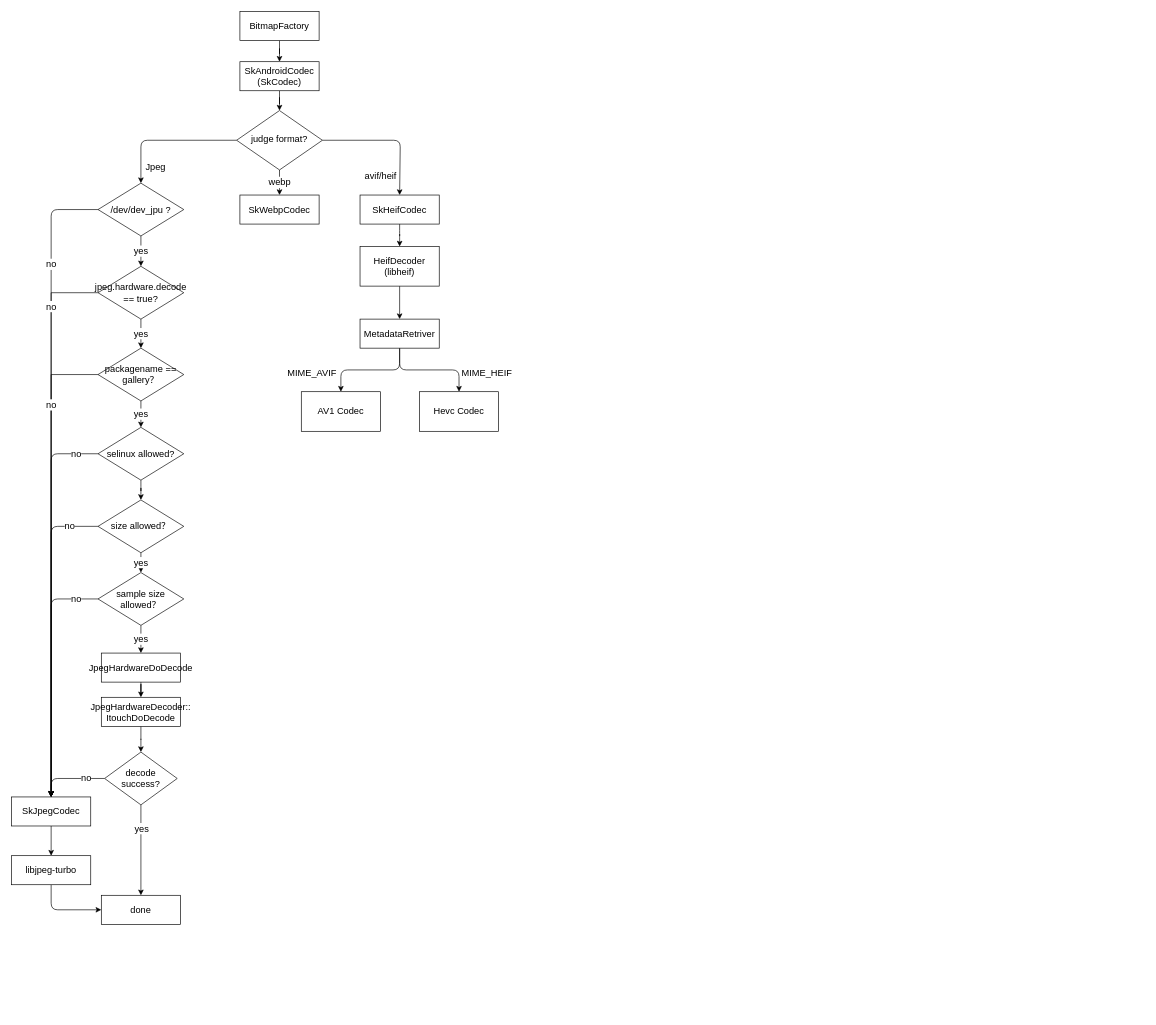
This is page "skia" (1 of 3) of design.drawio from ccfriend/av_lab, a draw.io file, before an edit. Source tidied: cells renumbered, new cells numbered last; positions are measured from the earlier drawing's top-left corner, leaving out a move shared by most shapes. Both pictures are drawn from the tidied source at 66%, with x=0, y=0 at pixel (11, 11).
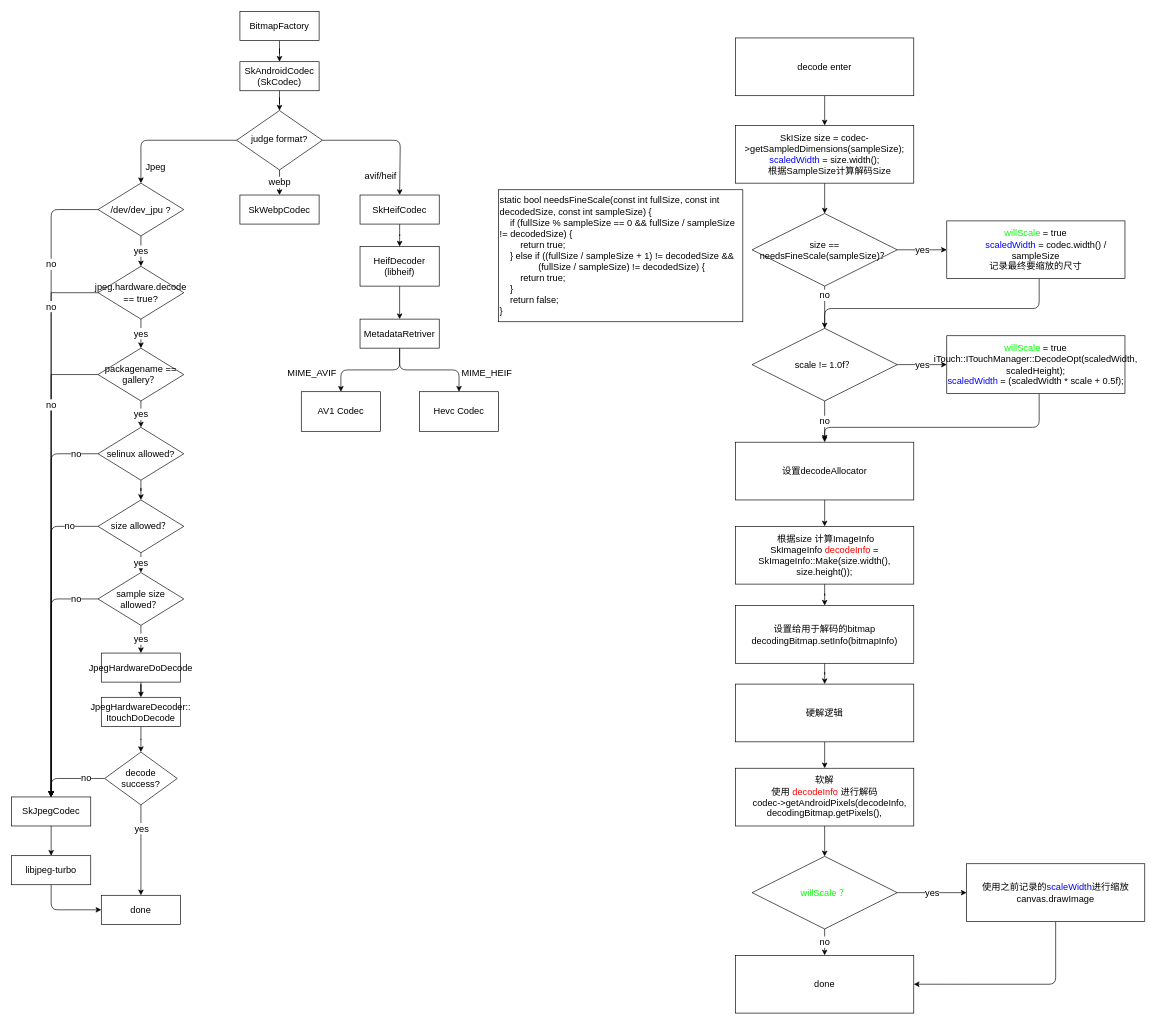
The same diagram, later.

What changed in the source:
```diff
@@
+    <mxCell id="55" style="edgeStyle=orthogonalEdgeStyle;rounded=1;jettySize=auto;html=1;fontSize=14;entryX=0.5;entryY=0;entryDx=0;entryDy=0;" parent="1" edge="1" source="56" target="61">
+      <mxGeometry relative="1" as="geometry" />
+    </mxCell>
+    <mxCell id="56" value="SkISize size = codec-&amp;gt;getSampledDimensions(sampleSize);&lt;br&gt;&lt;font color=&quot;#0000ff&quot;&gt;scaledWidth &lt;/font&gt;= size.width();&lt;br&gt;&lt;div&gt;&amp;nbsp; &amp;nbsp; 根据SampleSize计算解码Size&lt;/div&gt;" style="whiteSpace=wrap;html=1;fontSize=14;rounded=0;glass=0;strokeWidth=1;shadow=0;" parent="1" vertex="1">
+      <mxGeometry x="1097" y="172.5" width="270" height="87.5" as="geometry" />
+    </mxCell>
+    <mxCell id="57" style="edgeStyle=orthogonalEdgeStyle;rounded=1;jettySize=auto;html=1;entryX=0.5;entryY=0;entryDx=0;entryDy=0;fontSize=14;" parent="1" edge="1" source="58" target="65">
+      <mxGeometry relative="1" as="geometry">
+        <Array as="points">
+          <mxPoint x="1557" y="450" />
+          <mxPoint x="1232" y="450" />
+        </Array>
+      </mxGeometry>
+    </mxCell>
+    <mxCell id="58" value="&lt;font color=&quot;#00ff00&quot;&gt;willScale&lt;/font&gt; = true&lt;br&gt;&lt;div&gt;&amp;nbsp; &amp;nbsp; &amp;nbsp; &amp;nbsp; &lt;font color=&quot;#0000ff&quot;&gt;scaledWidth&lt;/font&gt; = codec.width() / sampleSize&lt;/div&gt;&lt;div&gt;记录最终要缩放的尺寸&lt;/div&gt;" style="whiteSpace=wrap;html=1;fontSize=14;rounded=0;glass=0;strokeWidth=1;shadow=0;" parent="1" vertex="1">
+      <mxGeometry x="1417" y="317.2" width="270" height="87.5" as="geometry" />
+    </mxCell>
+    <mxCell id="59" value="yes" style="edgeStyle=orthogonalEdgeStyle;rounded=1;jettySize=auto;html=1;fontSize=14;" parent="1" edge="1" source="61" target="58">
+      <mxGeometry relative="1" as="geometry" />
+    </mxCell>
+    <mxCell id="60" value="yes" style="edgeStyle=orthogonalEdgeStyle;rounded=1;jettySize=auto;html=1;entryX=0;entryY=0.5;entryDx=0;entryDy=0;fontSize=14;startArrow=none;" parent="1" edge="1" source="65" target="63">
+      <mxGeometry relative="1" as="geometry" />
+    </mxCell>
+    <mxCell id="61" value="size == needsFineScale(sampleSize)？" style="rhombus;whiteSpace=wrap;html=1;fontSize=14;" parent="1" vertex="1">
+      <mxGeometry x="1122" y="306" width="220" height="110" as="geometry" />
+    </mxCell>
+    <mxCell id="62" style="edgeStyle=orthogonalEdgeStyle;rounded=1;jettySize=auto;html=1;fontSize=14;" parent="1" edge="1" source="63">
+      <mxGeometry relative="1" as="geometry">
+        <mxPoint x="1232" y="650" as="targetPoint" />
+        <Array as="points">
+          <mxPoint x="1557" y="630" />
+          <mxPoint x="1232" y="630" />
+        </Array>
+      </mxGeometry>
+    </mxCell>
+    <mxCell id="63" value="&lt;font color=&quot;#00ff00&quot;&gt;willScale&lt;/font&gt;&amp;nbsp;= true&lt;br&gt;iTouch::ITouchManager::DecodeOpt(scaledWidth, scaledHeight);&lt;br&gt;&lt;font color=&quot;#0000ff&quot;&gt;scaledWidth&lt;/font&gt; = (scaledWidth * scale + 0.5f);" style="whiteSpace=wrap;html=1;fontSize=14;rounded=0;glass=0;strokeWidth=1;shadow=0;" parent="1" vertex="1">
+      <mxGeometry x="1417" y="491.2" width="270" height="87.5" as="geometry" />
+    </mxCell>
+    <mxCell id="64" value="no" style="edgeStyle=orthogonalEdgeStyle;rounded=1;jettySize=auto;html=1;entryX=0.5;entryY=0;entryDx=0;entryDy=0;fontSize=14;" parent="1" edge="1" source="65" target="68">
+      <mxGeometry relative="1" as="geometry" />
+    </mxCell>
+    <mxCell id="65" value="scale != 1.0f？" style="rhombus;whiteSpace=wrap;html=1;fontSize=14;" parent="1" vertex="1">
+      <mxGeometry x="1122" y="480" width="220" height="110" as="geometry" />
+    </mxCell>
+    <mxCell id="66" value="no" style="edgeStyle=orthogonalEdgeStyle;rounded=1;jettySize=auto;html=1;entryX=0.5;entryY=0;entryDx=0;entryDy=0;fontSize=14;endArrow=none;" parent="1" edge="1" source="61" target="65">
+      <mxGeometry x="-0.56" relative="1" as="geometry">
+        <Array as="points">
+          <mxPoint x="1232" y="430" />
+          <mxPoint x="1232" y="430" />
+        </Array>
+      </mxGeometry>
+    </mxCell>
+    <mxCell id="67" style="edgeStyle=orthogonalEdgeStyle;rounded=1;jettySize=auto;html=1;entryX=0.5;entryY=0;entryDx=0;entryDy=0;fontSize=14;" parent="1" edge="1" source="68" target="70">
+      <mxGeometry relative="1" as="geometry" />
+    </mxCell>
+    <mxCell id="68" value="设置decodeAllocator" style="whiteSpace=wrap;html=1;fontSize=14;rounded=0;glass=0;strokeWidth=1;shadow=0;" parent="1" vertex="1">
+      <mxGeometry x="1097" y="652.5" width="270" height="87.5" as="geometry" />
+    </mxCell>
+    <mxCell id="69" style="edgeStyle=orthogonalEdgeStyle;rounded=1;jettySize=auto;html=1;fontSize=14;" parent="1" edge="1" source="70" target="72">
+      <mxGeometry relative="1" as="geometry" />
+    </mxCell>
+    <mxCell id="70" value="&lt;div&gt;&amp;nbsp;根据size 计算ImageInfo&lt;/div&gt;&lt;div&gt;SkImageInfo &lt;font color=&quot;#ff0000&quot;&gt;decodeInfo &lt;/font&gt;= SkImageInfo::Make(size.width(), size.height()&lt;span&gt;);&lt;/span&gt;&lt;/div&gt;" style="whiteSpace=wrap;html=1;fontSize=14;rounded=0;glass=0;strokeWidth=1;shadow=0;" parent="1" vertex="1">
+      <mxGeometry x="1097" y="780" width="270" height="87.5" as="geometry" />
+    </mxCell>
+    <mxCell id="71" style="edgeStyle=orthogonalEdgeStyle;rounded=1;jettySize=auto;html=1;fontSize=14;" parent="1" edge="1" source="72" target="74">
+      <mxGeometry relative="1" as="geometry" />
+    </mxCell>
+    <mxCell id="72" value="&lt;div&gt;设置给用于解码的bitmap&lt;/div&gt;&lt;div&gt;decodingBitmap.setInfo(bitmapInfo)&lt;br&gt;&lt;/div&gt;" style="whiteSpace=wrap;html=1;fontSize=14;rounded=0;glass=0;strokeWidth=1;shadow=0;" parent="1" vertex="1">
+      <mxGeometry x="1097" y="900" width="270" height="87.5" as="geometry" />
+    </mxCell>
+    <mxCell id="73" style="edgeStyle=orthogonalEdgeStyle;rounded=1;jettySize=auto;html=1;fontSize=14;" parent="1" edge="1" source="74" target="76">
+      <mxGeometry relative="1" as="geometry" />
+    </mxCell>
+    <mxCell id="74" value="&lt;div&gt;硬解逻辑&lt;/div&gt;" style="whiteSpace=wrap;html=1;fontSize=14;rounded=0;glass=0;strokeWidth=1;shadow=0;" parent="1" vertex="1">
+      <mxGeometry x="1097" y="1019" width="270" height="87.5" as="geometry" />
+    </mxCell>
+    <mxCell id="75" style="edgeStyle=orthogonalEdgeStyle;rounded=1;jettySize=auto;html=1;fontSize=14;fontColor=#00FF00;" parent="1" edge="1" source="76" target="81">
+      <mxGeometry relative="1" as="geometry" />
+    </mxCell>
+    <mxCell id="76" value="&lt;div&gt;软解&lt;/div&gt;&lt;div&gt;使用 &lt;font color=&quot;#ff0000&quot;&gt;decodeInfo &lt;/font&gt;进行解码&lt;/div&gt;&lt;div&gt;&lt;div&gt;&amp;nbsp; &amp;nbsp; codec-&amp;gt;getAndroidPixels(decodeInfo, decodingBitmap.getPixels(),&lt;/div&gt;&lt;/div&gt;" style="whiteSpace=wrap;html=1;fontSize=14;rounded=0;glass=0;strokeWidth=1;shadow=0;" parent="1" vertex="1">
+      <mxGeometry x="1097" y="1146.5" width="270" height="87.5" as="geometry" />
+    </mxCell>
+    <mxCell id="77" style="edgeStyle=orthogonalEdgeStyle;rounded=1;jettySize=auto;html=1;entryX=1;entryY=0.5;entryDx=0;entryDy=0;fontSize=14;fontColor=#000000;" parent="1" edge="1" source="78" target="82">
+      <mxGeometry relative="1" as="geometry">
+        <Array as="points">
+          <mxPoint x="1582" y="1474" />
+        </Array>
+      </mxGeometry>
+    </mxCell>
+    <mxCell id="78" value="使用之前记录的&lt;font color=&quot;#0000ff&quot;&gt;scaleWidth&lt;/font&gt;进行缩放&lt;br&gt;canvas.drawImage" style="whiteSpace=wrap;html=1;fontSize=14;rounded=0;glass=0;strokeWidth=1;shadow=0;" parent="1" vertex="1">
+      <mxGeometry x="1447" y="1291.2" width="270" height="87.5" as="geometry" />
+    </mxCell>
+    <mxCell id="79" value="yes" style="edgeStyle=orthogonalEdgeStyle;rounded=1;jettySize=auto;html=1;fontSize=14;fontColor=#000000;" parent="1" edge="1" source="81" target="78">
+      <mxGeometry relative="1" as="geometry" />
+    </mxCell>
+    <mxCell id="80" value="no" style="edgeStyle=orthogonalEdgeStyle;rounded=1;jettySize=auto;html=1;entryX=0.5;entryY=0;entryDx=0;entryDy=0;fontSize=14;fontColor=#000000;" parent="1" edge="1" source="81" target="82">
+      <mxGeometry relative="1" as="geometry" />
+    </mxCell>
+    <mxCell id="81" value="&lt;font color=&quot;#00ff00&quot;&gt;willScale ？&lt;/font&gt;" style="rhombus;whiteSpace=wrap;html=1;fontSize=14;" parent="1" vertex="1">
+      <mxGeometry x="1122" y="1280" width="220" height="110" as="geometry" />
+    </mxCell>
+    <mxCell id="82" value="done" style="whiteSpace=wrap;html=1;fontSize=14;rounded=0;glass=0;strokeWidth=1;shadow=0;" parent="1" vertex="1">
+      <mxGeometry x="1097" y="1430" width="270" height="87.5" as="geometry" />
+    </mxCell>
+    <mxCell id="83" style="edgeStyle=orthogonalEdgeStyle;rounded=1;jettySize=auto;html=1;fontSize=14;fontColor=#000000;" parent="1" edge="1" source="84" target="56">
+      <mxGeometry relative="1" as="geometry" />
+    </mxCell>
+    <mxCell id="84" value="decode enter" style="whiteSpace=wrap;html=1;fontSize=14;rounded=0;glass=0;strokeWidth=1;shadow=0;" parent="1" vertex="1">
+      <mxGeometry x="1097" y="40" width="270" height="87.5" as="geometry" />
+    </mxCell>
+    <mxCell id="85" value="&lt;div&gt;static bool needsFineScale(const int fullSize, const int decodedSize, const int sampleSize) {&lt;/div&gt;&lt;div&gt;&amp;nbsp; &amp;nbsp; if (fullSize % sampleSize == 0 &amp;amp;&amp;amp; fullSize / sampleSize != decodedSize) {&lt;/div&gt;&lt;div&gt;&amp;nbsp; &amp;nbsp; &amp;nbsp; &amp;nbsp; return true;&lt;/div&gt;&lt;div&gt;&amp;nbsp; &amp;nbsp; } else if ((fullSize / sampleSize + 1) != decodedSize &amp;amp;&amp;amp;&lt;/div&gt;&lt;div&gt;&amp;nbsp; &amp;nbsp; &amp;nbsp; &amp;nbsp; &amp;nbsp; &amp;nbsp; &amp;nbsp; &amp;nbsp;(fullSize / sampleSize) != decodedSize) {&lt;/div&gt;&lt;div&gt;&amp;nbsp; &amp;nbsp; &amp;nbsp; &amp;nbsp; return true;&lt;/div&gt;&lt;div&gt;&amp;nbsp; &amp;nbsp; }&lt;/div&gt;&lt;div&gt;&amp;nbsp; &amp;nbsp; return false;&lt;/div&gt;&lt;div&gt;}&lt;/div&gt;" style="whiteSpace=wrap;html=1;fontSize=14;rounded=0;glass=0;strokeWidth=1;shadow=0;align=left;" parent="1" vertex="1">
+      <mxGeometry x="738" y="270" width="370" height="200" as="geometry" />
+    </mxCell>
```
